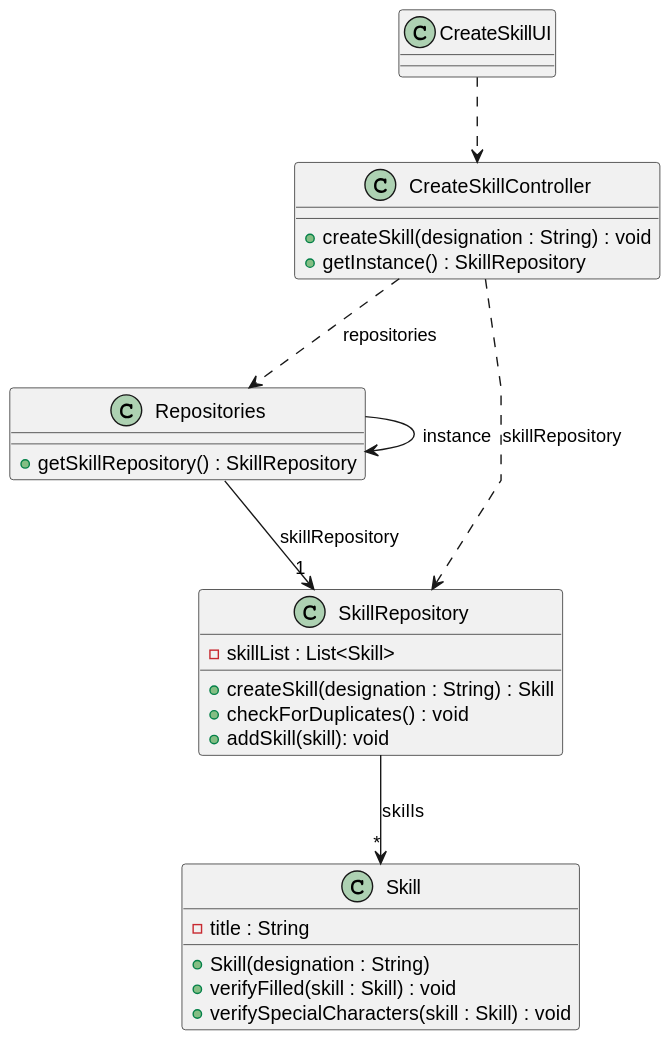
ricardomm7/leaflink keeps this PlantUML diagram as docs/sprintB/us001/03.design/svg/us001-class-diagram.svg. Above is the earlier version.
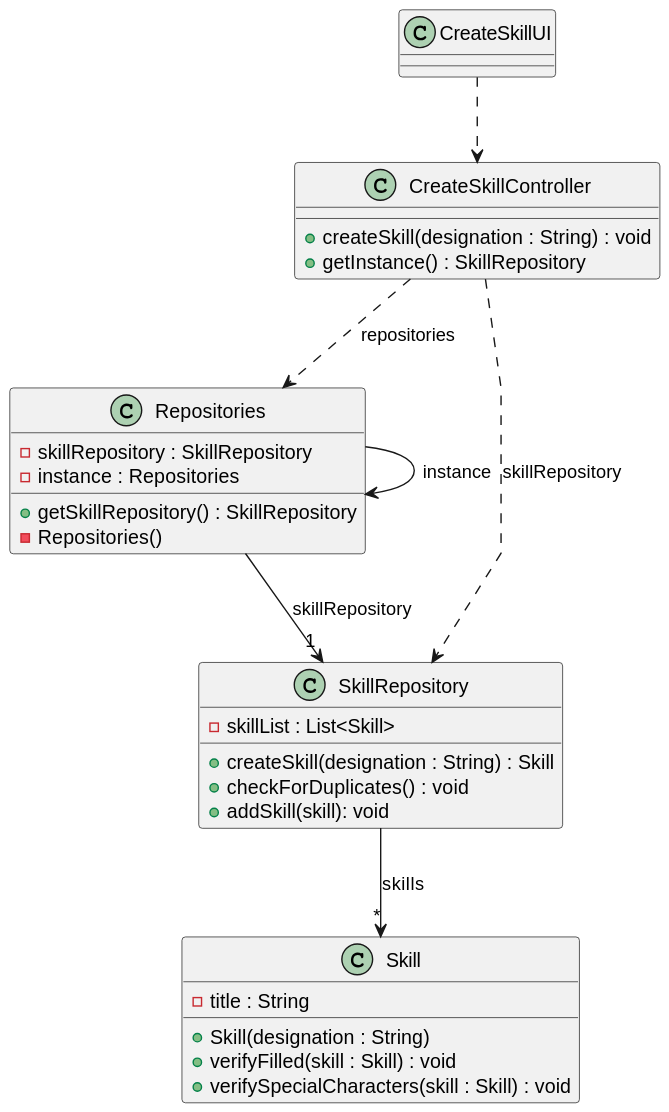
After the change.

What changed in the source:
```diff
@@ -14,6 +14,9 @@
 
 class Repositories {
     +getSkillRepository() : SkillRepository
+    -skillRepository : SkillRepository
+            - instance : Repositories
+            - Repositories()
 }
 
 class SkillRepository {
```
